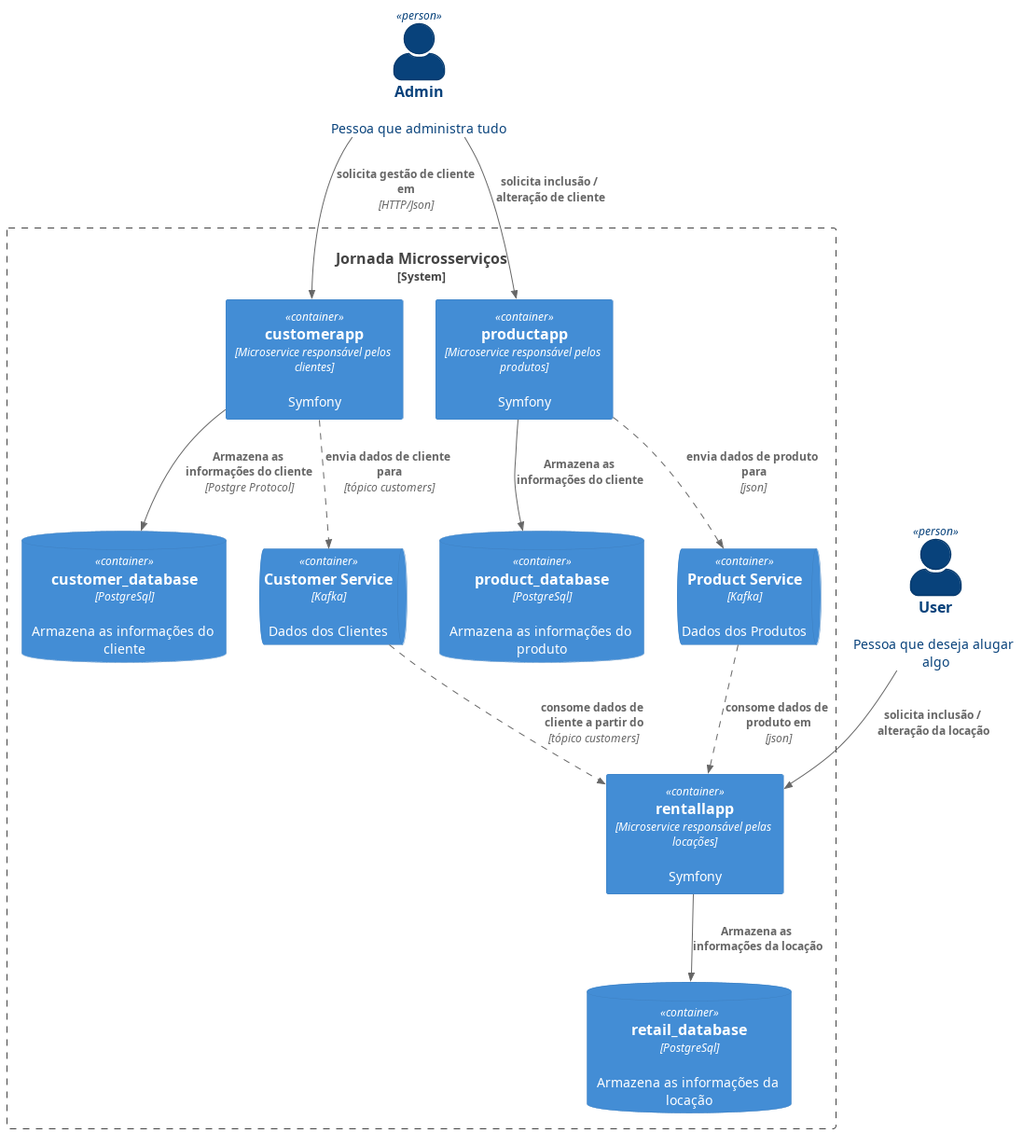
TiagOliveiraTI/microservice-journey keeps this PlantUML diagram as out/microservice-journey/microservice-journey.png. Above is the earlier version.
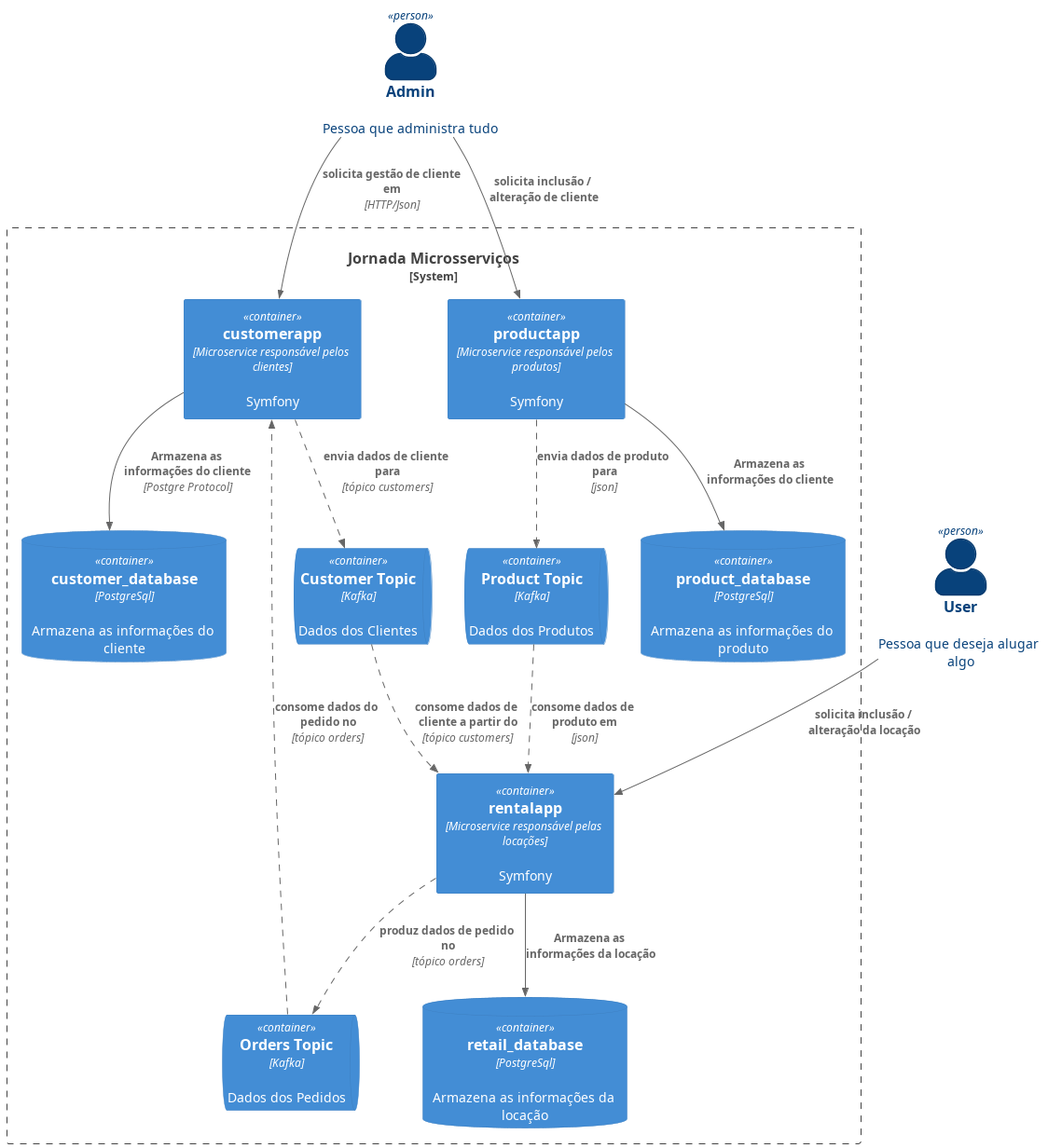
Later version of the same file.

Commit message:
docs: atualiza diagrama

Change to the diagram source:
```diff
@@ -1,4 +1,4 @@
-@startuml
+@startuml microservice-journey
 
 !include https://raw.githubusercontent.com/plantuml-stdlib/C4-PlantUML/master/C4_Container.puml
 
@@ -18,7 +18,7 @@
 
 Container(productapp, "productapp", "Microservice responsável pelos produtos", "Symfony")
 
-Container(rentailapp, "rentallapp", "Microservice responsável pelas locações", "Symfony")
+Container(rentalapp, "rentalapp", "Microservice responsável pelas locações", "Symfony")
 
 
 ContainerDb(customerDatabase, "customer_database", "PostgreSql", "Armazena as informações do cliente")
@@ -27,22 +27,26 @@
 
 
 
-ContainerQueue(kafka_customer, "Customer Service", "Kafka", "Dados dos Clientes")
-ContainerQueue(kafka_product, "Product Service", "Kafka", "Dados dos Produtos")
+ContainerQueue(customers, "Customer Topic", "Kafka", "Dados dos Clientes")
+ContainerQueue(products, "Product Topic", "Kafka", "Dados dos Produtos")
+ContainerQueue(orders, "Orders Topic", "Kafka", "Dados dos Pedidos")
 
 
 Rel(admin, customerapp, "solicita gestão de cliente em", "HTTP/Json")
 Rel(customerapp, customerDatabase, "Armazena as informações do cliente", "Postgre Protocol")
-Rel(customerapp, kafka_customer, "envia dados de cliente para", "tópico customers", $tags = "async")
+Rel(customerapp, customers, "envia dados de cliente para", "tópico customers", $tags = "async")
 
 Rel(admin, productapp, "solicita inclusão / alteração de cliente")
 Rel(productapp, productDatabase, "Armazena as informações do cliente")
 
-Rel(user, rentailapp, "solicita inclusão / alteração da locação")
-Rel(rentailapp, retailDatabase, "Armazena as informações da locação")
+Rel(user, rentalapp, "solicita inclusão / alteração da locação")
+Rel(rentalapp, retailDatabase, "Armazena as informações da locação")
 
-Rel(productapp, kafka_product, "envia dados de produto para", "json", $tags = "async")
-Rel(kafka_customer, rentailapp, "consome dados de cliente a partir do", "tópico customers", $tags = "async")
-Rel(kafka_product, rentailapp, "consome dados de produto em", "json", $tags = "async")
+Rel(productapp, products, "envia dados de produto para", "json", $tags = "async")
+Rel(customers, rentalapp, "consome dados de cliente a partir do", "tópico customers", $tags = "async")
+Rel(products, rentalapp, "consome dados de produto em", "json", $tags = "async")
+Rel(rentalapp, orders, "produz dados de pedido no", "tópico orders", $tags = "async")
+Rel(orders, customerapp, "consome dados do pedido no", "tópico orders", $tags = "async")
+
 }
 @enduml
```
